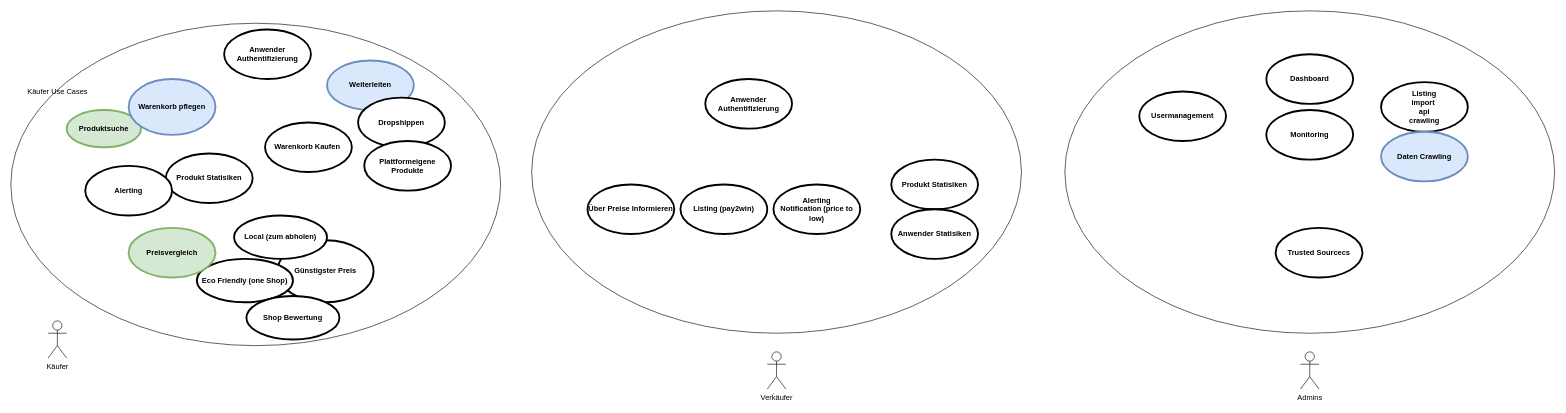
The draw.io diagram page "Usecases" (2 of 9) of diagrams.drawio in placom/docs, before the edit. Source tidied: cells renumbered, new cells numbered last; positions are measured from the earlier drawing's top-left corner, leaving out a move shared by most shapes. Both pictures are drawn from the tidied source at 62%, with x=0, y=0 at pixel (11, 11).
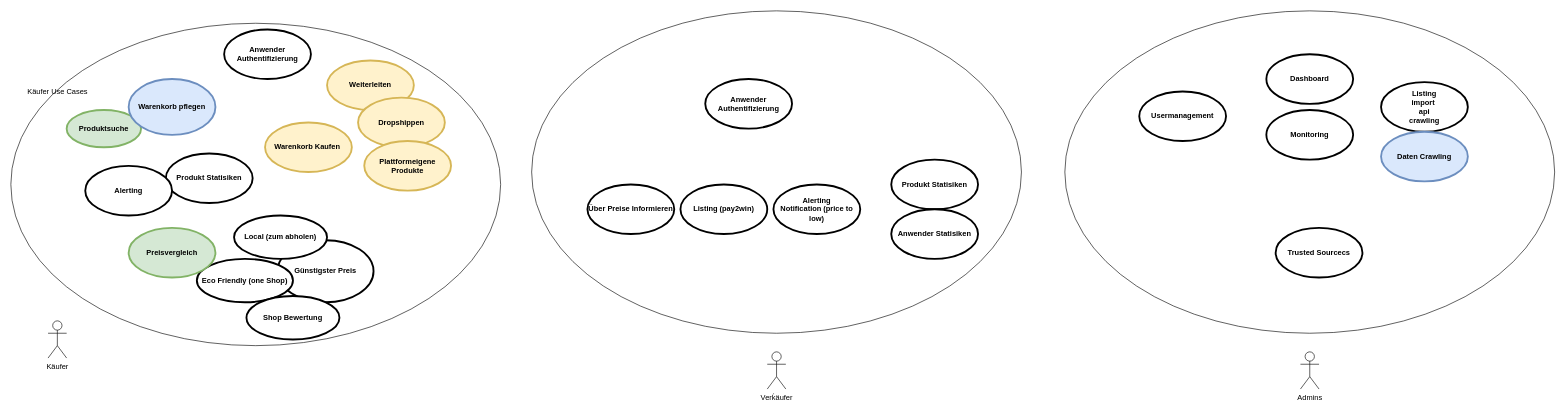
Above is the later version.

The edit, as a diff of the source:
```diff
@@
-    <mxCell id="13" value="Warenkorb Kaufen&amp;nbsp;" style="shape=ellipse;html=1;strokeWidth=3;fontStyle=1;whiteSpace=wrap;align=center;perimeter=ellipsePerimeter;" parent="1" vertex="1">
+    <mxCell id="13" value="Warenkorb Kaufen&amp;nbsp;" style="shape=ellipse;html=1;strokeWidth=3;fontStyle=1;whiteSpace=wrap;align=center;perimeter=ellipsePerimeter;fillColor=#fff2cc;strokeColor=#d6b656;" parent="1" vertex="1">
       <mxGeometry x="410" y="180" width="140" height="80" as="geometry" />
     </mxCell>
-    <mxCell id="14" value="Weiterleiten" style="shape=ellipse;html=1;strokeWidth=3;fontStyle=1;whiteSpace=wrap;align=center;perimeter=ellipsePerimeter;fillColor=#dae8fc;strokeColor=#6c8ebf;" parent="1" vertex="1">
+    <mxCell id="14" value="Weiterleiten" style="shape=ellipse;html=1;strokeWidth=3;fontStyle=1;whiteSpace=wrap;align=center;perimeter=ellipsePerimeter;fillColor=#fff2cc;strokeColor=#d6b656;" parent="1" vertex="1">
       <mxGeometry x="510" y="80" width="140" height="80" as="geometry" />
     </mxCell>
-    <mxCell id="15" value="Dropshippen&lt;br&gt;" style="shape=ellipse;html=1;strokeWidth=3;fontStyle=1;whiteSpace=wrap;align=center;perimeter=ellipsePerimeter;" parent="1" vertex="1">
+    <mxCell id="15" value="Dropshippen&lt;br&gt;" style="shape=ellipse;html=1;strokeWidth=3;fontStyle=1;whiteSpace=wrap;align=center;perimeter=ellipsePerimeter;fillColor=#fff2cc;strokeColor=#d6b656;" parent="1" vertex="1">
       <mxGeometry x="560" y="140" width="140" height="80" as="geometry" />
     </mxCell>
-    <mxCell id="16" value="Plattformeigene Produkte" style="shape=ellipse;html=1;strokeWidth=3;fontStyle=1;whiteSpace=wrap;align=center;perimeter=ellipsePerimeter;" parent="1" vertex="1">
+    <mxCell id="16" value="Plattformeigene Produkte" style="shape=ellipse;html=1;strokeWidth=3;fontStyle=1;whiteSpace=wrap;align=center;perimeter=ellipsePerimeter;fillColor=#fff2cc;strokeColor=#d6b656;" parent="1" vertex="1">
       <mxGeometry x="570" y="210" width="140" height="80" as="geometry" />
     </mxCell>
```
